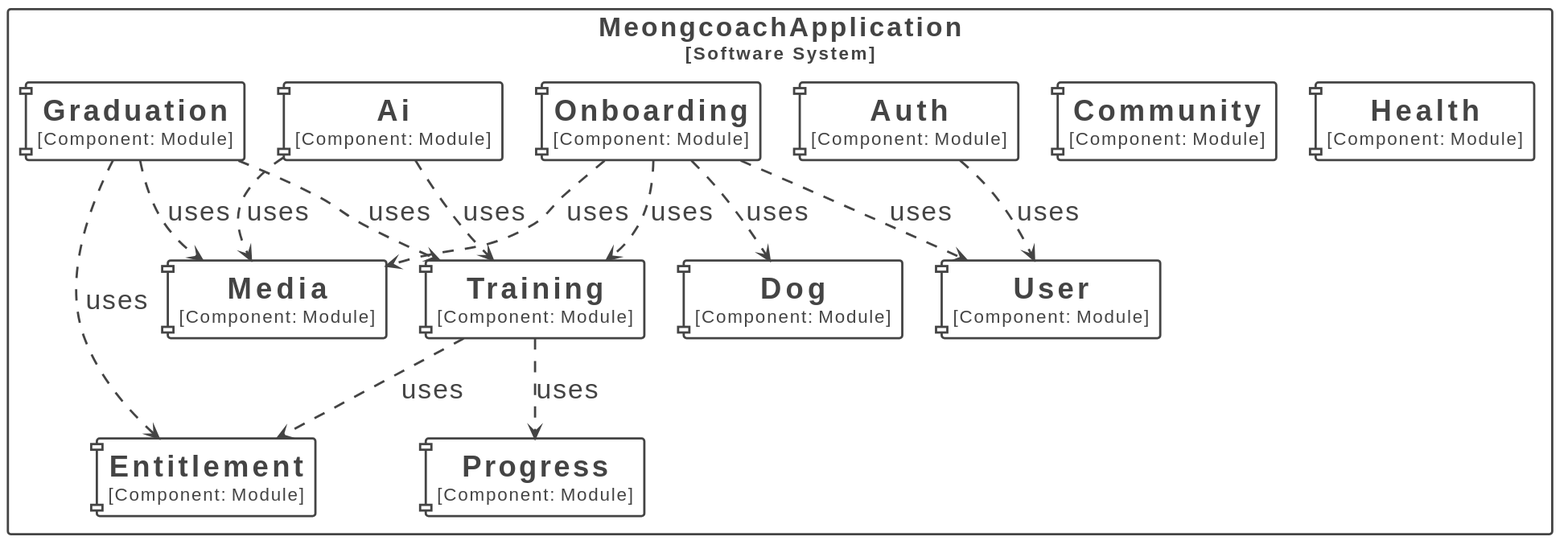
Earlier version of the PlantUML export docs/images/module-dependencies.svg (DaeSaBu/meongcoach-BE).
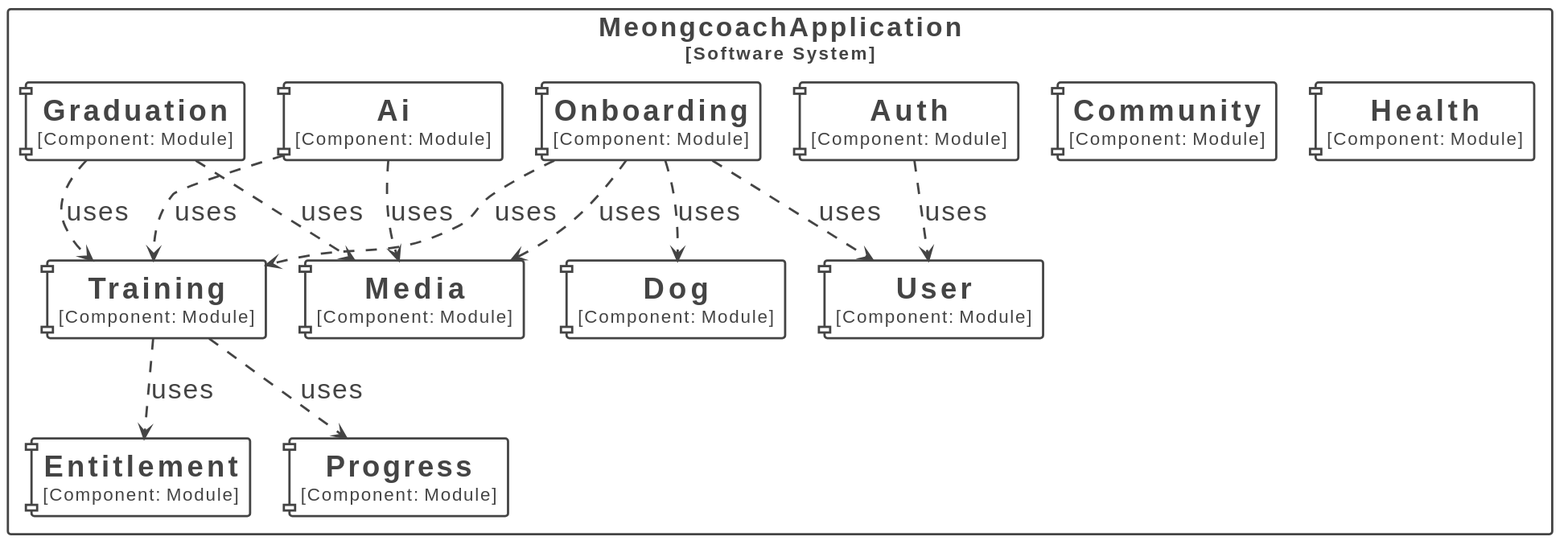
Later version of the same file.

Commit message:
docs(graduation): 검수를 로컬 관리자 페이지로 옮긴 흐름으로 문서를 고친다

Change to the diagram source:
```diff
@@ -60,16 +60,15 @@
   component "==User\n<size:16>[Component: Module]</size>" <<Element-RWxlbWVudCxDb21wb25lbnQ=>> as MeongcoachApplication.MeongcoachApplication.User
 }
 
-MeongcoachApplication.MeongcoachApplication.Training --> MeongcoachApplication.MeongcoachApplication.Progress <<Relationship-UmVsYXRpb25zaGlw>> : "uses"
-MeongcoachApplication.MeongcoachApplication.Training --> MeongcoachApplication.MeongcoachApplication.Entitlement <<Relationship-UmVsYXRpb25zaGlw>> : "uses"
+MeongcoachApplication.MeongcoachApplication.Auth --> MeongcoachApplication.MeongcoachApplication.User <<Relationship-UmVsYXRpb25zaGlw>> : "uses"
+MeongcoachApplication.MeongcoachApplication.Ai --> MeongcoachApplication.MeongcoachApplication.Training <<Relationship-UmVsYXRpb25zaGlw>> : "uses"
+MeongcoachApplication.MeongcoachApplication.Ai --> MeongcoachApplication.MeongcoachApplication.Media <<Relationship-UmVsYXRpb25zaGlw>> : "uses"
 MeongcoachApplication.MeongcoachApplication.Graduation --> MeongcoachApplication.MeongcoachApplication.Training <<Relationship-UmVsYXRpb25zaGlw>> : "uses"
 MeongcoachApplication.MeongcoachApplication.Graduation --> MeongcoachApplication.MeongcoachApplication.Media <<Relationship-UmVsYXRpb25zaGlw>> : "uses"
-MeongcoachApplication.MeongcoachApplication.Graduation --> MeongcoachApplication.MeongcoachApplication.Entitlement <<Relationship-UmVsYXRpb25zaGlw>> : "uses"
-MeongcoachApplication.MeongcoachApplication.Ai --> MeongcoachApplication.MeongcoachApplication.Training <<Relationship-UmVsYXRpb25zaGlw>> : "uses"
-MeongcoachApplication.MeongcoachApplication.Ai --> MeongcoachApplication.MeongcoachApplication.Media <<Relationship-UmVsYXRpb25zaGlw>> : "uses"
-MeongcoachApplication.MeongcoachApplication.Auth --> MeongcoachApplication.MeongcoachApplication.User <<Relationship-UmVsYXRpb25zaGlw>> : "uses"
 MeongcoachApplication.MeongcoachApplication.Onboarding --> MeongcoachApplication.MeongcoachApplication.User <<Relationship-UmVsYXRpb25zaGlw>> : "uses"
 MeongcoachApplication.MeongcoachApplication.Onboarding --> MeongcoachApplication.MeongcoachApplication.Dog <<Relationship-UmVsYXRpb25zaGlw>> : "uses"
 MeongcoachApplication.MeongcoachApplication.Onboarding --> MeongcoachApplication.MeongcoachApplication.Media <<Relationship-UmVsYXRpb25zaGlw>> : "uses"
 MeongcoachApplication.MeongcoachApplication.Onboarding --> MeongcoachApplication.MeongcoachApplication.Training <<Relationship-UmVsYXRpb25zaGlw>> : "uses"
+MeongcoachApplication.MeongcoachApplication.Training --> MeongcoachApplication.MeongcoachApplication.Progress <<Relationship-UmVsYXRpb25zaGlw>> : "uses"
+MeongcoachApplication.MeongcoachApplication.Training --> MeongcoachApplication.MeongcoachApplication.Entitlement <<Relationship-UmVsYXRpb25zaGlw>> : "uses"
 @enduml
```
